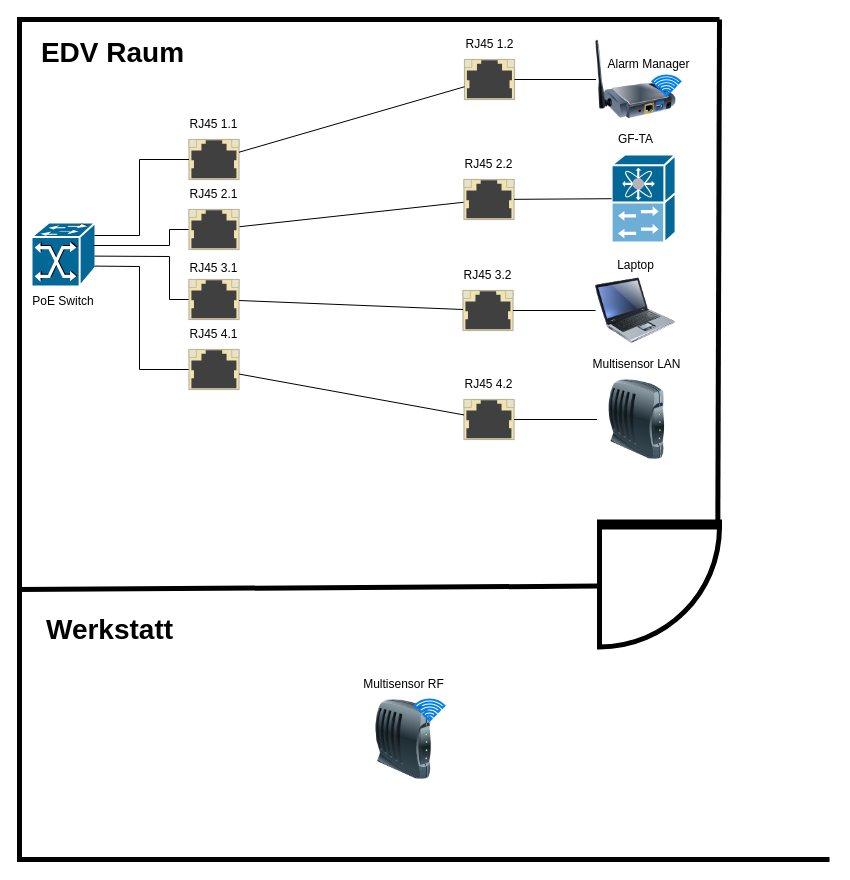
Before: Unbenanntes Diagramm.drawio in arjunrama403a/arjunrama403a, a draw.io diagram. Source tidied: cells renumbered, new cells numbered last; positions are measured from the earlier drawing's top-left corner, leaving out a move shared by most shapes. Both pictures are drawn from the tidied source at 100%, with x=0, y=0 at pixel (19, 19).
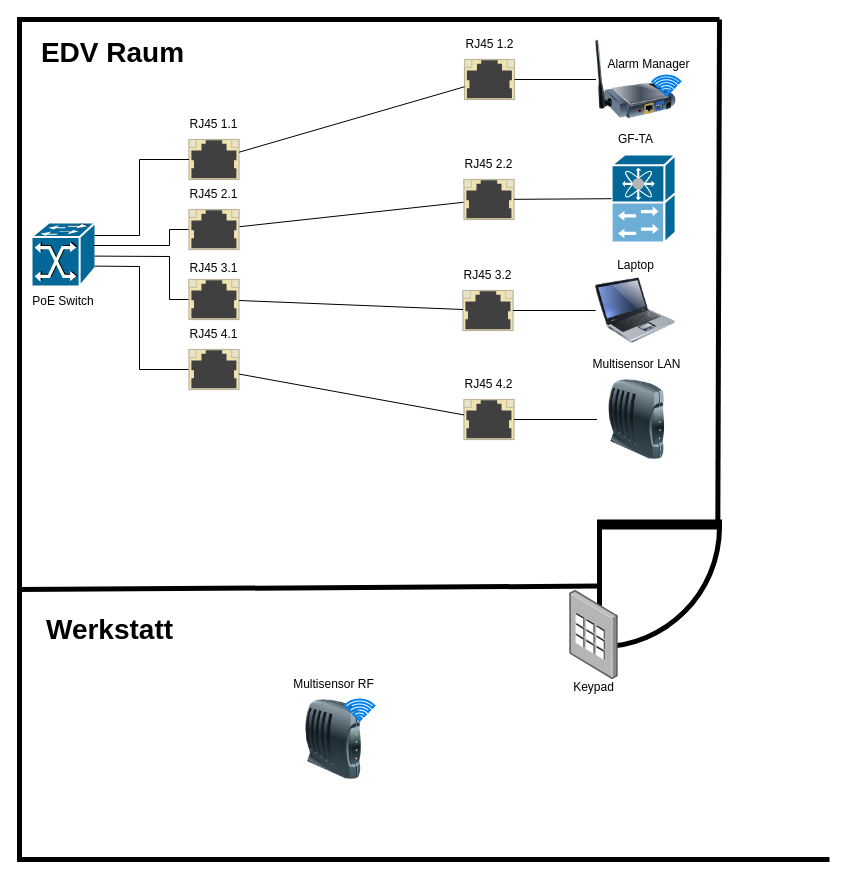
The same diagram, later.

What changed in the source:
```diff
@@
     <mxCell id="58" style="group;" parent="1" vertex="1">
-      <mxGeometry x="330" y="650" width="109" height="110" as="geometry" />
+      <mxGeometry x="260" y="650" width="109" height="110" as="geometry" />
     </mxCell>
@@
+    <mxCell id="66" style="group;" parent="1" vertex="1">
+      <mxGeometry x="520" y="571" width="109" height="112" as="geometry" />
+    </mxCell>
+    <mxCell id="67" style="image;html=1;align=center;shadow=0;dashed=0;image=img/lib/allied_telesis/computer_and_terminals/Keypad.svg;" parent="66" vertex="1">
+      <mxGeometry x="30" width="49" height="89" as="geometry" />
+    </mxCell>
+    <mxCell id="68" value="Keypad" style="text;html=1;align=center;verticalAlign=middle;whiteSpace=wrap;rounded=0;" parent="66" vertex="1">
+      <mxGeometry y="82" width="109" height="30" as="geometry" />
+    </mxCell>
```
